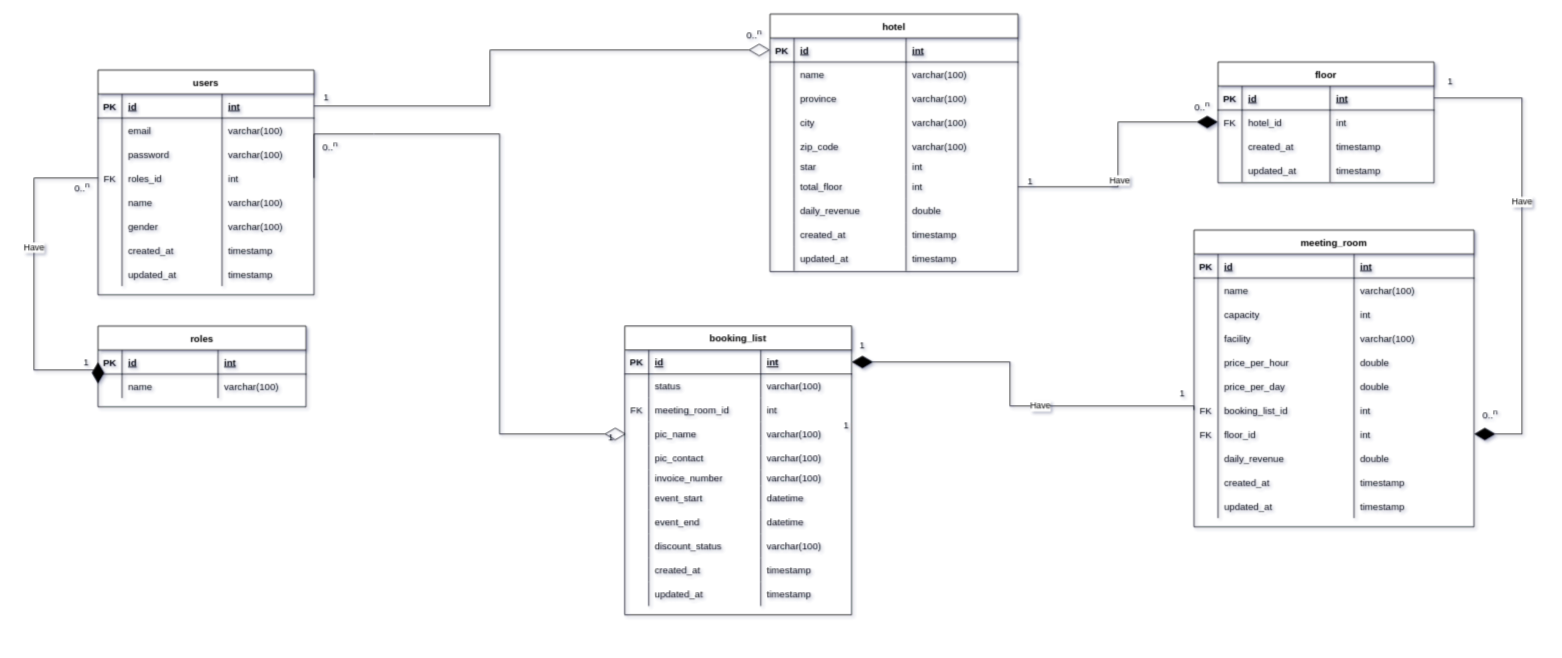
Before: page "NEW ERD Master" (4 of 5) of entity_relationship_diagram/Booking_hotel.drawio in ariejanuarb/hotel_booking, a draw.io diagram. Source tidied: cells renumbered, new cells numbered last; positions are measured from the earlier drawing's top-left corner, leaving out a move shared by most shapes. Both pictures are drawn from the tidied source at 80%, with x=0, y=0 at pixel (34, 14).
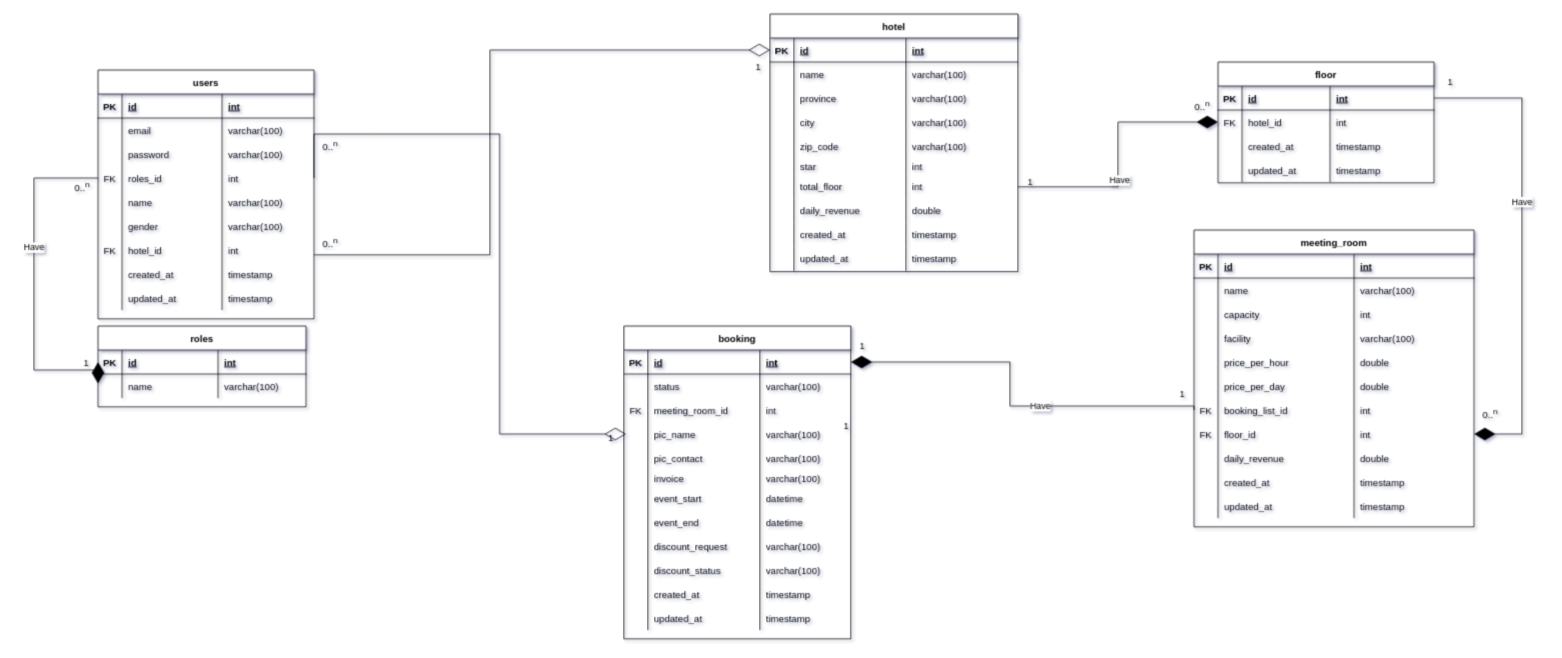
Above is the later version.

Unchanged cells that the change refers to:
```xml
<mxCell id="12" style="shape=partialRectangle;fillColor=none;points=[[0,0.5],[1,0.5]];portConstraint=eastwest;top=0;left=0;right=0;bottom=1;" parent="11" vertex="1">
  <mxGeometry y="30" width="270" height="30" as="geometry" />
</mxCell>
<mxCell id="107" style="shape=partialRectangle;fillColor=none;points=[[0,0.5],[1,0.5]];portConstraint=eastwest;top=0;left=0;right=0;bottom=1;" parent="106" vertex="1">
  <mxGeometry y="30" width="310" height="30" as="geometry" />
</mxCell>
<mxCell id="181" style="shape=partialRectangle;fillColor=none;top=0;left=0;right=0;bottom=0;" parent="160" vertex="1">
  <mxGeometry y="180" width="283.6" height="20" as="geometry" />
</mxCell>
<mxCell id="193" style="shape=partialRectangle;fillColor=none;top=0;left=0;right=0;bottom=0;" parent="160" vertex="1">
  <mxGeometry y="260" width="283.6" height="30" as="geometry" />
</mxCell>
<mxCell id="215" style="group;" parent="1" vertex="1">
  <mxGeometry x="350" y="150" width="232" height="436" as="geometry" />
</mxCell>
```

Change to the diagram source:
```diff
@@
     <mxCell id="11" value="users" style="shape=table;startSize=30;childLayout=tableLayout;rowLines=0;fontStyle=1;align=center;" parent="1" vertex="1">
-      <mxGeometry x="80" y="70" width="270" height="281" as="geometry" />
+      <mxGeometry x="80" y="70" width="270" height="311" as="geometry" />
     </mxCell>
@@
+    <mxCell id="218" style="shape=partialRectangle;fillColor=none;top=0;left=0;right=0;bottom=0;" parent="11" vertex="1">
+      <mxGeometry y="210" width="270" height="30" as="geometry" />
+    </mxCell>
+    <mxCell id="219" value="FK" style="shape=partialRectangle;overflow=hidden;fillColor=none;top=0;left=0;bottom=0;right=0;" parent="218" vertex="1">
+      <mxGeometry width="30" height="30" as="geometry" />
+    </mxCell>
+    <mxCell id="220" value="hotel_id" style="shape=partialRectangle;overflow=hidden;fillColor=none;top=0;left=0;bottom=0;right=0;align=left;spacingLeft=6;" parent="218" vertex="1">
+      <mxGeometry x="30" width="125" height="30" as="geometry" />
+    </mxCell>
+    <mxCell id="221" value="int" style="shape=partialRectangle;overflow=hidden;fillColor=none;top=0;left=0;bottom=0;right=0;align=left;spacingLeft=6;" parent="218" vertex="1">
+      <mxGeometry x="155" width="115" height="30" as="geometry" />
+    </mxCell>
     <mxCell id="36" style="shape=partialRectangle;fillColor=none;top=0;left=0;right=0;bottom=0;" parent="11" vertex="1">
-      <mxGeometry y="210" width="270" height="30" as="geometry" />
+      <mxGeometry y="240" width="270" height="30" as="geometry" />
     </mxCell>
@@
     <mxCell id="40" style="shape=partialRectangle;fillColor=none;top=0;left=0;right=0;bottom=0;" parent="11" vertex="1">
-      <mxGeometry y="240" width="270" height="30" as="geometry" />
+      <mxGeometry y="270" width="270" height="30" as="geometry" />
     </mxCell>
@@
-    <mxCell id="147" style="endArrow=diamondThin;endFill=0;endSize=24;html=1;rounded=0;entryX=0;entryY=0.5;entryDx=0;entryDy=0;exitX=1;exitY=0.5;exitDx=0;exitDy=0;edgeStyle=orthogonalEdgeStyle;" parent="1" edge="1" source="12" target="107">
+    <mxCell id="147" style="endArrow=diamondThin;endFill=0;endSize=24;html=1;rounded=0;entryX=0;entryY=0.5;entryDx=0;entryDy=0;edgeStyle=orthogonalEdgeStyle;" parent="1" edge="1" target="107">
       <mxGeometry relative="1" as="geometry">
+        <mxPoint x="350" y="301" as="sourcePoint" />
         <Array as="points">
-          <mxPoint x="570" y="115" />
+          <mxPoint x="350" y="301" />
+          <mxPoint x="570" y="301" />
           <mxPoint x="570" y="45" />
         </Array>
       </mxGeometry>
     </mxCell>
@@
-    <mxCell id="160" value="booking_list" style="shape=table;startSize=30;childLayout=tableLayout;rowLines=0;fontStyle=1;align=center;" parent="1" vertex="1">
-      <mxGeometry x="738.4" y="390" width="283.6" height="361" as="geometry" />
+    <mxCell id="160" value="booking" style="shape=table;startSize=30;childLayout=tableLayout;rowLines=0;fontStyle=1;align=center;" parent="1" vertex="1">
+      <mxGeometry x="737.4" y="390" width="283.6" height="391" as="geometry" />
     </mxCell>
@@
-    <mxCell id="183" value="invoice_number" style="shape=partialRectangle;overflow=hidden;fillColor=none;top=0;left=0;bottom=0;right=0;align=left;spacingLeft=6;" parent="181" vertex="1">
+    <mxCell id="183" value="invoice" style="shape=partialRectangle;overflow=hidden;fillColor=none;top=0;left=0;bottom=0;right=0;align=left;spacingLeft=6;" parent="181" vertex="1">
       <mxGeometry x="30" width="140" height="20" as="geometry" />
     </mxCell>
@@
-    <mxCell id="195" value="discount_status" style="shape=partialRectangle;overflow=hidden;fillColor=none;top=0;left=0;bottom=0;right=0;align=left;spacingLeft=6;" parent="193" vertex="1">
+    <mxCell id="195" value="discount_request" style="shape=partialRectangle;overflow=hidden;fillColor=none;top=0;left=0;bottom=0;right=0;align=left;spacingLeft=6;" parent="193" vertex="1">
       <mxGeometry x="30" width="140" height="30" as="geometry" />
     </mxCell>
@@
+    <mxCell id="222" style="shape=partialRectangle;fillColor=none;top=0;left=0;right=0;bottom=0;" parent="160" vertex="1">
+      <mxGeometry y="290" width="283.6" height="30" as="geometry" />
+    </mxCell>
+    <mxCell id="223" style="shape=partialRectangle;overflow=hidden;fillColor=none;top=0;left=0;bottom=0;right=0;" parent="222" vertex="1">
+      <mxGeometry width="30" height="30" as="geometry" />
+    </mxCell>
+    <mxCell id="224" value="discount_status" style="shape=partialRectangle;overflow=hidden;fillColor=none;top=0;left=0;bottom=0;right=0;align=left;spacingLeft=6;" parent="222" vertex="1">
+      <mxGeometry x="30" width="140" height="30" as="geometry" />
+    </mxCell>
+    <mxCell id="225" value="varchar(100)" style="shape=partialRectangle;overflow=hidden;fillColor=none;top=0;left=0;bottom=0;right=0;align=left;spacingLeft=6;" parent="222" vertex="1">
+      <mxGeometry x="170" width="113.6" height="30" as="geometry" />
+    </mxCell>
     <mxCell id="197" style="shape=partialRectangle;fillColor=none;top=0;left=0;right=0;bottom=0;" parent="160" vertex="1">
-      <mxGeometry y="290" width="283.6" height="30" as="geometry" />
+      <mxGeometry y="320" width="283.6" height="30" as="geometry" />
     </mxCell>
@@
     <mxCell id="201" style="shape=partialRectangle;fillColor=none;top=0;left=0;right=0;bottom=0;" parent="160" vertex="1">
-      <mxGeometry y="320" width="283.6" height="30" as="geometry" />
+      <mxGeometry y="350" width="283.6" height="30" as="geometry" />
     </mxCell>
@@
-    <mxCell id="205" value="1" style="text;html=1;align=center;verticalAlign=middle;strokeColor=none;fillColor=none;" parent="1" vertex="1">
-      <mxGeometry x="350" y="90" width="30" height="30" as="geometry" />
-    </mxCell>
@@
-    <mxCell id="214" value="0..&lt;sup&gt;n&lt;/sup&gt;" style="text;html=1;align=center;verticalAlign=middle;strokeColor=none;fillColor=none;" parent="1" vertex="1">
-      <mxGeometry x="880" y="10" width="40" height="30" as="geometry" />
-    </mxCell>
@@
+    <mxCell id="214" value="0..&lt;sup&gt;n&lt;/sup&gt;" style="text;html=1;align=center;verticalAlign=middle;strokeColor=none;fillColor=none;" parent="215" vertex="1">
+      <mxGeometry y="121" width="40" height="30" as="geometry" />
+    </mxCell>
+    <mxCell id="205" value="1" style="text;html=1;align=center;verticalAlign=middle;strokeColor=none;fillColor=none;" parent="1" vertex="1">
+      <mxGeometry x="890" y="51" width="30" height="30" as="geometry" />
+    </mxCell>
```
